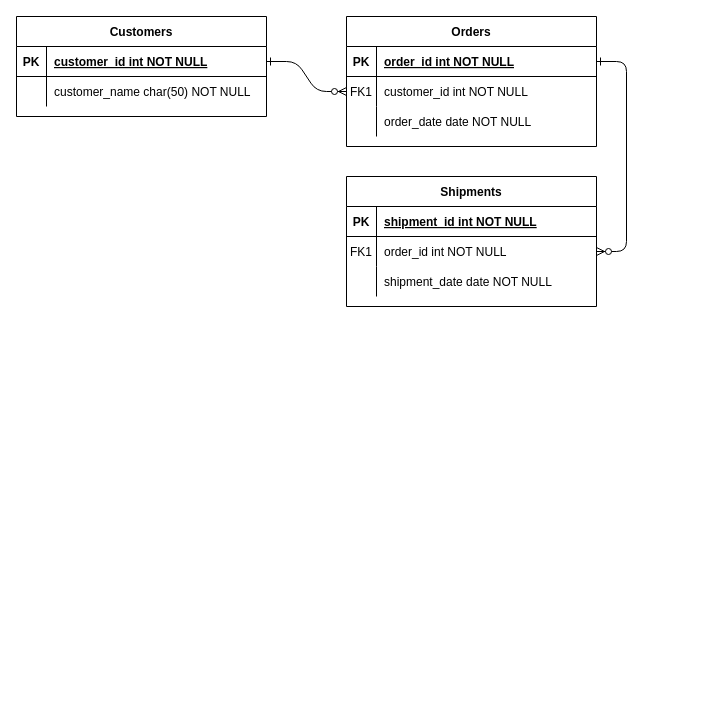
Before: Diagrama sin título.drawio in Marlon-urtecho/BDEtityFramework, a draw.io diagram. Source tidied: cells renumbered, new cells numbered last; positions are measured from the earlier drawing's top-left corner, leaving out a move shared by most shapes. Both pictures are drawn from the tidied source at 100%, with x=0, y=0 at pixel (16, 16).
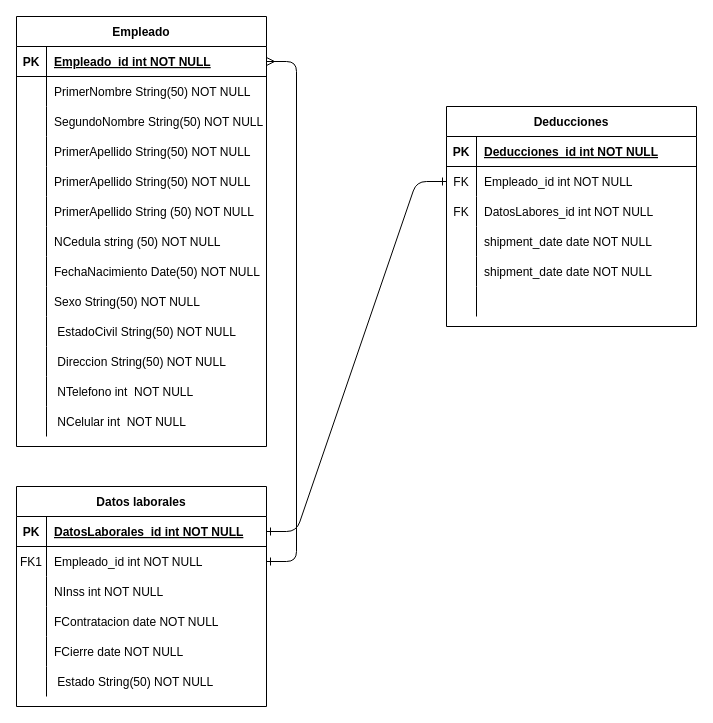
Above is the later version.

The change refers to these unchanged cells:
```xml
<mxCell id="5" style="shape=partialRectangle;fillColor=none;points=[[0,0.5],[1,0.5]];portConstraint=eastwest;top=0;left=0;right=0;bottom=1;" parent="4" vertex="1">
  <mxGeometry y="30" width="250" height="30" as="geometry" />
</mxCell>
<mxCell id="8" style="shape=partialRectangle;fillColor=none;points=[[0,0.5],[1,0.5]];portConstraint=eastwest;top=0;left=0;right=0;bottom=0;" parent="4" vertex="1">
  <mxGeometry y="60" width="250" height="30" as="geometry" />
</mxCell>
<mxCell id="11" style="shape=partialRectangle;fillColor=none;top=0;left=0;right=0;bottom=0;" parent="4" vertex="1">
  <mxGeometry y="90" width="250" height="30" as="geometry" />
</mxCell>
<mxCell id="15" style="shape=partialRectangle;fillColor=none;top=0;left=0;right=0;bottom=1;" parent="14" vertex="1">
  <mxGeometry y="30" width="250" height="30" as="geometry" />
</mxCell>
<mxCell id="18" style="shape=partialRectangle;fillColor=none;points=[[0,0.5],[1,0.5]];portConstraint=eastwest;top=0;left=0;right=0;bottom=0;" parent="14" vertex="1">
  <mxGeometry y="60" width="250" height="30" as="geometry" />
</mxCell>
```

The edit, as a diff of the source:
```diff
@@
-    <mxCell id="2" style="edgeStyle=entityRelationEdgeStyle;endArrow=ERzeroToMany;startArrow=ERone;endFill=1;startFill=0;" parent="1" edge="1" source="25" target="8">
-      <mxGeometry relative="1" as="geometry" />
+    <mxCell id="2" style="edgeStyle=entityRelationEdgeStyle;endArrow=ERone;startArrow=ERmany;endFill=0;startFill=0;exitX=1;exitY=0.5;exitDx=0;exitDy=0;" parent="1" edge="1" source="25" target="8">
+      <mxGeometry relative="1" as="geometry">
+        <Array as="points">
+          <mxPoint x="410" y="200" />
+        </Array>
+      </mxGeometry>
     </mxCell>
-    <mxCell id="3" style="edgeStyle=entityRelationEdgeStyle;endArrow=ERzeroToMany;startArrow=ERone;endFill=1;startFill=0;" parent="1" edge="1" source="5" target="18">
+    <mxCell id="3" style="edgeStyle=entityRelationEdgeStyle;endArrow=ERone;startArrow=ERone;endFill=0;startFill=0;" parent="1" edge="1" source="5" target="18">
       <mxGeometry relative="1" as="geometry" />
     </mxCell>
-    <mxCell id="4" value="Orders" style="shape=table;startSize=30;childLayout=tableLayout;rowLines=0;fontStyle=1;align=center;" parent="1" vertex="1">
-      <mxGeometry x="330" width="250" height="130" as="geometry" />
+    <mxCell id="4" value="Datos laborales" style="shape=table;startSize=30;childLayout=tableLayout;rowLines=0;fontStyle=1;align=center;" parent="1" vertex="1">
+      <mxGeometry y="470" width="250" height="220" as="geometry" />
     </mxCell>
@@
-    <mxCell id="7" value="order_id int NOT NULL " style="shape=partialRectangle;overflow=hidden;fillColor=none;top=0;left=0;bottom=0;right=0;align=left;spacingLeft=6;fontStyle=5;" parent="5" vertex="1">
+    <mxCell id="7" value="DatosLaborales_id int NOT NULL " style="shape=partialRectangle;overflow=hidden;fillColor=none;top=0;left=0;bottom=0;right=0;align=left;spacingLeft=6;fontStyle=5;" parent="5" vertex="1">
       <mxGeometry x="30" width="220" height="30" as="geometry" />
     </mxCell>
@@
-    <mxCell id="10" value="customer_id int NOT NULL" style="shape=partialRectangle;overflow=hidden;fillColor=none;top=0;left=0;bottom=0;right=0;align=left;spacingLeft=6;" parent="8" vertex="1">
+    <mxCell id="10" value="Empleado_id int NOT NULL" style="shape=partialRectangle;overflow=hidden;fillColor=none;top=0;left=0;bottom=0;right=0;align=left;spacingLeft=6;" parent="8" vertex="1">
       <mxGeometry x="30" width="220" height="30" as="geometry" />
     </mxCell>
@@
-    <mxCell id="13" value="order_date date NOT NULL" style="shape=partialRectangle;overflow=hidden;fillColor=none;top=0;left=0;bottom=0;right=0;align=left;spacingLeft=6;" parent="11" vertex="1">
+    <mxCell id="13" value="NInss int NOT NULL" style="shape=partialRectangle;overflow=hidden;fillColor=none;top=0;left=0;bottom=0;right=0;align=left;spacingLeft=6;" parent="11" vertex="1">
       <mxGeometry x="30" width="220" height="30" as="geometry" />
     </mxCell>
+    <mxCell id="31" style="shape=partialRectangle;fillColor=none;top=0;left=0;right=0;bottom=0;" parent="4" vertex="1">
+      <mxGeometry y="120" width="250" height="30" as="geometry" />
+    </mxCell>
+    <mxCell id="32" style="shape=partialRectangle;overflow=hidden;fillColor=none;top=0;left=0;bottom=0;right=0;" parent="31" vertex="1">
+      <mxGeometry width="30" height="30" as="geometry" />
+    </mxCell>
+    <mxCell id="33" value="FContratacion date NOT NULL" style="shape=partialRectangle;overflow=hidden;fillColor=none;top=0;left=0;bottom=0;right=0;align=left;spacingLeft=6;" parent="31" vertex="1">
+      <mxGeometry x="30" width="220" height="30" as="geometry" />
+    </mxCell>
+    <mxCell id="34" style="shape=partialRectangle;fillColor=none;top=0;left=0;right=0;bottom=0;" parent="4" vertex="1">
+      <mxGeometry y="150" width="250" height="30" as="geometry" />
+    </mxCell>
+    <mxCell id="35" style="shape=partialRectangle;overflow=hidden;fillColor=none;top=0;left=0;bottom=0;right=0;" parent="34" vertex="1">
+      <mxGeometry width="30" height="30" as="geometry" />
+    </mxCell>
+    <mxCell id="36" value="FCierre date NOT NULL" style="shape=partialRectangle;overflow=hidden;fillColor=none;top=0;left=0;bottom=0;right=0;align=left;spacingLeft=6;" parent="34" vertex="1">
+      <mxGeometry x="30" width="220" height="30" as="geometry" />
+    </mxCell>
+    <mxCell id="37" style="shape=partialRectangle;fillColor=none;top=0;left=0;right=0;bottom=0;" parent="4" vertex="1">
+      <mxGeometry y="180" width="250" height="30" as="geometry" />
+    </mxCell>
+    <mxCell id="38" style="shape=partialRectangle;overflow=hidden;fillColor=none;top=0;left=0;bottom=0;right=0;" parent="37" vertex="1">
+      <mxGeometry width="30" height="30" as="geometry" />
+    </mxCell>
+    <mxCell id="39" value=" Estado String(50) NOT NULL" style="shape=partialRectangle;overflow=hidden;fillColor=none;top=0;left=0;bottom=0;right=0;align=left;spacingLeft=6;" parent="37" vertex="1">
+      <mxGeometry x="30" width="220" height="30" as="geometry" />
+    </mxCell>
+    <mxCell id="24" value="Empleado" style="shape=table;startSize=30;childLayout=tableLayout;rowLines=0;fontStyle=1;align=center;" parent="1" vertex="1">
+      <mxGeometry width="250" height="430" as="geometry" />
+    </mxCell>
+    <mxCell id="25" style="shape=partialRectangle;fillColor=none;points=[[0,0.5],[1,0.5]];portConstraint=eastwest;top=0;left=0;right=0;bottom=1;" parent="24" vertex="1">
+      <mxGeometry y="30" width="250" height="30" as="geometry" />
+    </mxCell>
+    <mxCell id="26" value="PK" style="shape=partialRectangle;overflow=hidden;fillColor=none;top=0;left=0;bottom=0;right=0;fontStyle=1;" parent="25" vertex="1">
+      <mxGeometry width="30" height="30" as="geometry" />
+    </mxCell>
+    <mxCell id="27" value="Empleado_id int NOT NULL " style="shape=partialRectangle;overflow=hidden;fillColor=none;top=0;left=0;bottom=0;right=0;align=left;spacingLeft=6;fontStyle=5;" parent="25" vertex="1">
+      <mxGeometry x="30" width="220" height="30" as="geometry" />
+    </mxCell>
+    <mxCell id="28" style="shape=partialRectangle;fillColor=none;top=0;left=0;right=0;bottom=0;" parent="24" vertex="1">
+      <mxGeometry y="60" width="250" height="30" as="geometry" />
+    </mxCell>
+    <mxCell id="29" style="shape=partialRectangle;overflow=hidden;fillColor=none;top=0;left=0;bottom=0;right=0;" parent="28" vertex="1">
+      <mxGeometry width="30" height="30" as="geometry" />
+    </mxCell>
+    <mxCell id="30" value="PrimerNombre String(50) NOT NULL" style="shape=partialRectangle;overflow=hidden;fillColor=none;top=0;left=0;bottom=0;right=0;align=left;spacingLeft=6;" parent="28" vertex="1">
+      <mxGeometry x="30" width="220" height="30" as="geometry" />
+    </mxCell>
+    <mxCell id="40" style="shape=partialRectangle;fillColor=none;top=0;left=0;right=0;bottom=0;" parent="24" vertex="1">
+      <mxGeometry y="90" width="250" height="30" as="geometry" />
+    </mxCell>
+    <mxCell id="41" style="shape=partialRectangle;overflow=hidden;fillColor=none;top=0;left=0;bottom=0;right=0;" parent="40" vertex="1">
+      <mxGeometry width="30" height="30" as="geometry" />
+    </mxCell>
+    <mxCell id="42" value="SegundoNombre String(50) NOT NULL" style="shape=partialRectangle;overflow=hidden;fillColor=none;top=0;left=0;bottom=0;right=0;align=left;spacingLeft=6;" parent="40" vertex="1">
+      <mxGeometry x="30" width="220" height="30" as="geometry" />
+    </mxCell>
+    <mxCell id="43" style="shape=partialRectangle;fillColor=none;top=0;left=0;right=0;bottom=0;" parent="24" vertex="1">
+      <mxGeometry y="120" width="250" height="30" as="geometry" />
+    </mxCell>
+    <mxCell id="44" style="shape=partialRectangle;overflow=hidden;fillColor=none;top=0;left=0;bottom=0;right=0;" parent="43" vertex="1">
+      <mxGeometry width="30" height="30" as="geometry" />
+    </mxCell>
+    <mxCell id="45" value="PrimerApellido String(50) NOT NULL" style="shape=partialRectangle;overflow=hidden;fillColor=none;top=0;left=0;bottom=0;right=0;align=left;spacingLeft=6;" parent="43" vertex="1">
+      <mxGeometry x="30" width="220" height="30" as="geometry" />
+    </mxCell>
+    <mxCell id="46" style="shape=partialRectangle;fillColor=none;top=0;left=0;right=0;bottom=0;" parent="24" vertex="1">
+      <mxGeometry y="150" width="250" height="30" as="geometry" />
+    </mxCell>
+    <mxCell id="47" style="shape=partialRectangle;overflow=hidden;fillColor=none;top=0;left=0;bottom=0;right=0;" parent="46" vertex="1">
+      <mxGeometry width="30" height="30" as="geometry" />
+    </mxCell>
+    <mxCell id="48" value="PrimerApellido String(50) NOT NULL" style="shape=partialRectangle;overflow=hidden;fillColor=none;top=0;left=0;bottom=0;right=0;align=left;spacingLeft=6;" parent="46" vertex="1">
+      <mxGeometry x="30" width="220" height="30" as="geometry" />
+    </mxCell>
+    <mxCell id="49" style="shape=partialRectangle;fillColor=none;top=0;left=0;right=0;bottom=0;" parent="24" vertex="1">
+      <mxGeometry y="180" width="250" height="30" as="geometry" />
+    </mxCell>
+    <mxCell id="50" style="shape=partialRectangle;overflow=hidden;fillColor=none;top=0;left=0;bottom=0;right=0;" parent="49" vertex="1">
+      <mxGeometry width="30" height="30" as="geometry" />
+    </mxCell>
+    <mxCell id="51" value="PrimerApellido String (50) NOT NULL" style="shape=partialRectangle;overflow=hidden;fillColor=none;top=0;left=0;bottom=0;right=0;align=left;spacingLeft=6;" parent="49" vertex="1">
+      <mxGeometry x="30" width="220" height="30" as="geometry" />
+    </mxCell>
+    <mxCell id="52" style="shape=partialRectangle;fillColor=none;top=0;left=0;right=0;bottom=0;" parent="24" vertex="1">
+      <mxGeometry y="210" width="250" height="30" as="geometry" />
+    </mxCell>
+    <mxCell id="53" style="shape=partialRectangle;overflow=hidden;fillColor=none;top=0;left=0;bottom=0;right=0;" parent="52" vertex="1">
+      <mxGeometry width="30" height="30" as="geometry" />
+    </mxCell>
+    <mxCell id="54" value="NCedula string (50) NOT NULL" style="shape=partialRectangle;overflow=hidden;fillColor=none;top=0;left=0;bottom=0;right=0;align=left;spacingLeft=6;" parent="52" vertex="1">
+      <mxGeometry x="30" width="220" height="30" as="geometry" />
+    </mxCell>
+    <mxCell id="55" style="shape=partialRectangle;fillColor=none;top=0;left=0;right=0;bottom=0;" parent="24" vertex="1">
+      <mxGeometry y="240" width="250" height="30" as="geometry" />
+    </mxCell>
+    <mxCell id="56" style="shape=partialRectangle;overflow=hidden;fillColor=none;top=0;left=0;bottom=0;right=0;" parent="55" vertex="1">
+      <mxGeometry width="30" height="30" as="geometry" />
+    </mxCell>
+    <mxCell id="57" value="FechaNacimiento Date(50) NOT NULL" style="shape=partialRectangle;overflow=hidden;fillColor=none;top=0;left=0;bottom=0;right=0;align=left;spacingLeft=6;" parent="55" vertex="1">
+      <mxGeometry x="30" width="220" height="30" as="geometry" />
+    </mxCell>
+    <mxCell id="58" style="shape=partialRectangle;fillColor=none;top=0;left=0;right=0;bottom=0;" parent="24" vertex="1">
+      <mxGeometry y="270" width="250" height="30" as="geometry" />
+    </mxCell>
+    <mxCell id="59" style="shape=partialRectangle;overflow=hidden;fillColor=none;top=0;left=0;bottom=0;right=0;" parent="58" vertex="1">
+      <mxGeometry width="30" height="30" as="geometry" />
+    </mxCell>
+    <mxCell id="60" value="Sexo String(50) NOT NULL" style="shape=partialRectangle;overflow=hidden;fillColor=none;top=0;left=0;bottom=0;right=0;align=left;spacingLeft=6;" parent="58" vertex="1">
+      <mxGeometry x="30" width="220" height="30" as="geometry" />
+    </mxCell>
+    <mxCell id="61" style="shape=partialRectangle;fillColor=none;top=0;left=0;right=0;bottom=0;" parent="24" vertex="1">
+      <mxGeometry y="300" width="250" height="30" as="geometry" />
+    </mxCell>
+    <mxCell id="62" style="shape=partialRectangle;overflow=hidden;fillColor=none;top=0;left=0;bottom=0;right=0;" parent="61" vertex="1">
+      <mxGeometry width="30" height="30" as="geometry" />
+    </mxCell>
+    <mxCell id="63" value=" EstadoCivil String(50) NOT NULL" style="shape=partialRectangle;overflow=hidden;fillColor=none;top=0;left=0;bottom=0;right=0;align=left;spacingLeft=6;" parent="61" vertex="1">
+      <mxGeometry x="30" width="220" height="30" as="geometry" />
+    </mxCell>
+    <mxCell id="64" style="shape=partialRectangle;fillColor=none;top=0;left=0;right=0;bottom=0;" parent="24" vertex="1">
+      <mxGeometry y="330" width="250" height="30" as="geometry" />
+    </mxCell>
+    <mxCell id="65" style="shape=partialRectangle;overflow=hidden;fillColor=none;top=0;left=0;bottom=0;right=0;" parent="64" vertex="1">
+      <mxGeometry width="30" height="30" as="geometry" />
+    </mxCell>
+    <mxCell id="66" value=" Direccion String(50) NOT NULL" style="shape=partialRectangle;overflow=hidden;fillColor=none;top=0;left=0;bottom=0;right=0;align=left;spacingLeft=6;" parent="64" vertex="1">
+      <mxGeometry x="30" width="220" height="30" as="geometry" />
+    </mxCell>
+    <mxCell id="67" style="shape=partialRectangle;fillColor=none;top=0;left=0;right=0;bottom=0;" parent="24" vertex="1">
+      <mxGeometry y="360" width="250" height="30" as="geometry" />
+    </mxCell>
+    <mxCell id="68" style="shape=partialRectangle;overflow=hidden;fillColor=none;top=0;left=0;bottom=0;right=0;" parent="67" vertex="1">
+      <mxGeometry width="30" height="30" as="geometry" />
+    </mxCell>
+    <mxCell id="69" value=" NTelefono int  NOT NULL" style="shape=partialRectangle;overflow=hidden;fillColor=none;top=0;left=0;bottom=0;right=0;align=left;spacingLeft=6;" parent="67" vertex="1">
+      <mxGeometry x="30" width="220" height="30" as="geometry" />
+    </mxCell>
+    <mxCell id="70" style="shape=partialRectangle;fillColor=none;top=0;left=0;right=0;bottom=0;" parent="24" vertex="1">
+      <mxGeometry y="390" width="250" height="30" as="geometry" />
+    </mxCell>
+    <mxCell id="71" style="shape=partialRectangle;overflow=hidden;fillColor=none;top=0;left=0;bottom=0;right=0;" parent="70" vertex="1">
+      <mxGeometry width="30" height="30" as="geometry" />
+    </mxCell>
+    <mxCell id="72" value=" NCelular int  NOT NULL" style="shape=partialRectangle;overflow=hidden;fillColor=none;top=0;left=0;bottom=0;right=0;align=left;spacingLeft=6;" parent="70" vertex="1">
+      <mxGeometry x="30" width="220" height="30" as="geometry" />
+    </mxCell>
-    <mxCell id="14" value="Shipments" style="shape=table;startSize=30;childLayout=tableLayout;rowLines=0;fontStyle=1;align=center;" parent="1" vertex="1">
-      <mxGeometry x="330" y="160" width="250" height="130" as="geometry" />
+    <mxCell id="14" value="Deducciones" style="shape=table;startSize=30;childLayout=tableLayout;rowLines=0;fontStyle=1;align=center;" parent="1" vertex="1">
+      <mxGeometry x="430" y="90" width="250" height="220" as="geometry" />
     </mxCell>
@@
-    <mxCell id="17" value="shipment_id int NOT NULL " style="shape=partialRectangle;overflow=hidden;fillColor=none;top=0;left=0;bottom=0;right=0;align=left;spacingLeft=6;fontStyle=5;" parent="15" vertex="1">
+    <mxCell id="17" value="Deducciones_id int NOT NULL " style="shape=partialRectangle;overflow=hidden;fillColor=none;top=0;left=0;bottom=0;right=0;align=left;spacingLeft=6;fontStyle=5;" parent="15" vertex="1">
       <mxGeometry x="30" width="220" height="30" as="geometry" />
     </mxCell>
@@
-    <mxCell id="19" value="FK1" style="shape=partialRectangle;overflow=hidden;fillColor=none;top=0;left=0;bottom=0;right=0;" parent="18" vertex="1">
+    <mxCell id="19" value="FK" style="shape=partialRectangle;overflow=hidden;fillColor=none;top=0;left=0;bottom=0;right=0;" parent="18" vertex="1">
       <mxGeometry width="30" height="30" as="geometry" />
     </mxCell>
-    <mxCell id="20" value="order_id int NOT NULL" style="shape=partialRectangle;overflow=hidden;fillColor=none;top=0;left=0;bottom=0;right=0;align=left;spacingLeft=6;" parent="18" vertex="1">
+    <mxCell id="20" value="Empleado_id int NOT NULL" style="shape=partialRectangle;overflow=hidden;fillColor=none;top=0;left=0;bottom=0;right=0;align=left;spacingLeft=6;" parent="18" vertex="1">
       <mxGeometry x="30" width="220" height="30" as="geometry" />
     </mxCell>
+    <mxCell id="73" style="shape=partialRectangle;fillColor=none;top=0;left=0;right=0;bottom=0;" parent="14" vertex="1">
+      <mxGeometry y="90" width="250" height="30" as="geometry" />
+    </mxCell>
+    <mxCell id="74" value="FK" style="shape=partialRectangle;overflow=hidden;fillColor=none;top=0;left=0;bottom=0;right=0;" parent="73" vertex="1">
+      <mxGeometry width="30" height="30" as="geometry" />
+    </mxCell>
+    <mxCell id="75" value="DatosLabores_id int NOT NULL" style="shape=partialRectangle;overflow=hidden;fillColor=none;top=0;left=0;bottom=0;right=0;align=left;spacingLeft=6;" parent="73" vertex="1">
+      <mxGeometry x="30" width="220" height="30" as="geometry" />
+    </mxCell>
+    <mxCell id="76" style="shape=partialRectangle;fillColor=none;top=0;left=0;right=0;bottom=0;" parent="14" vertex="1">
+      <mxGeometry y="120" width="250" height="30" as="geometry" />
+    </mxCell>
+    <mxCell id="77" style="shape=partialRectangle;overflow=hidden;fillColor=none;top=0;left=0;bottom=0;right=0;" parent="76" vertex="1">
+      <mxGeometry width="30" height="30" as="geometry" />
+    </mxCell>
+    <mxCell id="78" value="shipment_date date NOT NULL" style="shape=partialRectangle;overflow=hidden;fillColor=none;top=0;left=0;bottom=0;right=0;align=left;spacingLeft=6;" parent="76" vertex="1">
+      <mxGeometry x="30" width="220" height="30" as="geometry" />
+    </mxCell>
+    <mxCell id="79" style="shape=partialRectangle;fillColor=none;top=0;left=0;right=0;bottom=0;" parent="14" vertex="1">
+      <mxGeometry y="150" width="250" height="30" as="geometry" />
+    </mxCell>
+    <mxCell id="80" style="shape=partialRectangle;overflow=hidden;fillColor=none;top=0;left=0;bottom=0;right=0;" parent="79" vertex="1">
+      <mxGeometry width="30" height="30" as="geometry" />
+    </mxCell>
+    <mxCell id="81" value="shipment_date date NOT NULL" style="shape=partialRectangle;overflow=hidden;fillColor=none;top=0;left=0;bottom=0;right=0;align=left;spacingLeft=6;" parent="79" vertex="1">
+      <mxGeometry x="30" width="220" height="30" as="geometry" />
+    </mxCell>
     <mxCell id="21" style="shape=partialRectangle;fillColor=none;top=0;left=0;right=0;bottom=0;" parent="14" vertex="1">
-      <mxGeometry y="90" width="250" height="30" as="geometry" />
+      <mxGeometry y="180" width="250" height="30" as="geometry" />
     </mxCell>
@@
-    <mxCell id="23" value="shipment_date date NOT NULL" style="shape=partialRectangle;overflow=hidden;fillColor=none;top=0;left=0;bottom=0;right=0;align=left;spacingLeft=6;" parent="21" vertex="1">
+    <mxCell id="23" style="shape=partialRectangle;overflow=hidden;fillColor=none;top=0;left=0;bottom=0;right=0;align=left;spacingLeft=6;" parent="21" vertex="1">
       <mxGeometry x="30" width="220" height="30" as="geometry" />
     </mxCell>
-    <mxCell id="24" value="Customers" style="shape=table;startSize=30;childLayout=tableLayout;rowLines=0;fontStyle=1;align=center;" parent="1" vertex="1">
-      <mxGeometry width="250" height="100" as="geometry" />
-    </mxCell>
-    <mxCell id="25" style="shape=partialRectangle;fillColor=none;points=[[0,0.5],[1,0.5]];portConstraint=eastwest;top=0;left=0;right=0;bottom=1;" parent="24" vertex="1">
-      <mxGeometry y="30" width="250" height="30" as="geometry" />
-    </mxCell>
-    <mxCell id="26" value="PK" style="shape=partialRectangle;overflow=hidden;fillColor=none;top=0;left=0;bottom=0;right=0;fontStyle=1;" parent="25" vertex="1">
-      <mxGeometry width="30" height="30" as="geometry" />
-    </mxCell>
-    <mxCell id="27" value="customer_id int NOT NULL " style="shape=partialRectangle;overflow=hidden;fillColor=none;top=0;left=0;bottom=0;right=0;align=left;spacingLeft=6;fontStyle=5;" parent="25" vertex="1">
-      <mxGeometry x="30" width="220" height="30" as="geometry" />
-    </mxCell>
-    <mxCell id="28" style="shape=partialRectangle;fillColor=none;top=0;left=0;right=0;bottom=0;" parent="24" vertex="1">
-      <mxGeometry y="60" width="250" height="30" as="geometry" />
-    </mxCell>
-    <mxCell id="29" style="shape=partialRectangle;overflow=hidden;fillColor=none;top=0;left=0;bottom=0;right=0;" parent="28" vertex="1">
-      <mxGeometry width="30" height="30" as="geometry" />
-    </mxCell>
-    <mxCell id="30" value="customer_name char(50) NOT NULL" style="shape=partialRectangle;overflow=hidden;fillColor=none;top=0;left=0;bottom=0;right=0;align=left;spacingLeft=6;" parent="28" vertex="1">
-      <mxGeometry x="30" width="220" height="30" as="geometry" />
-    </mxCell>
```
